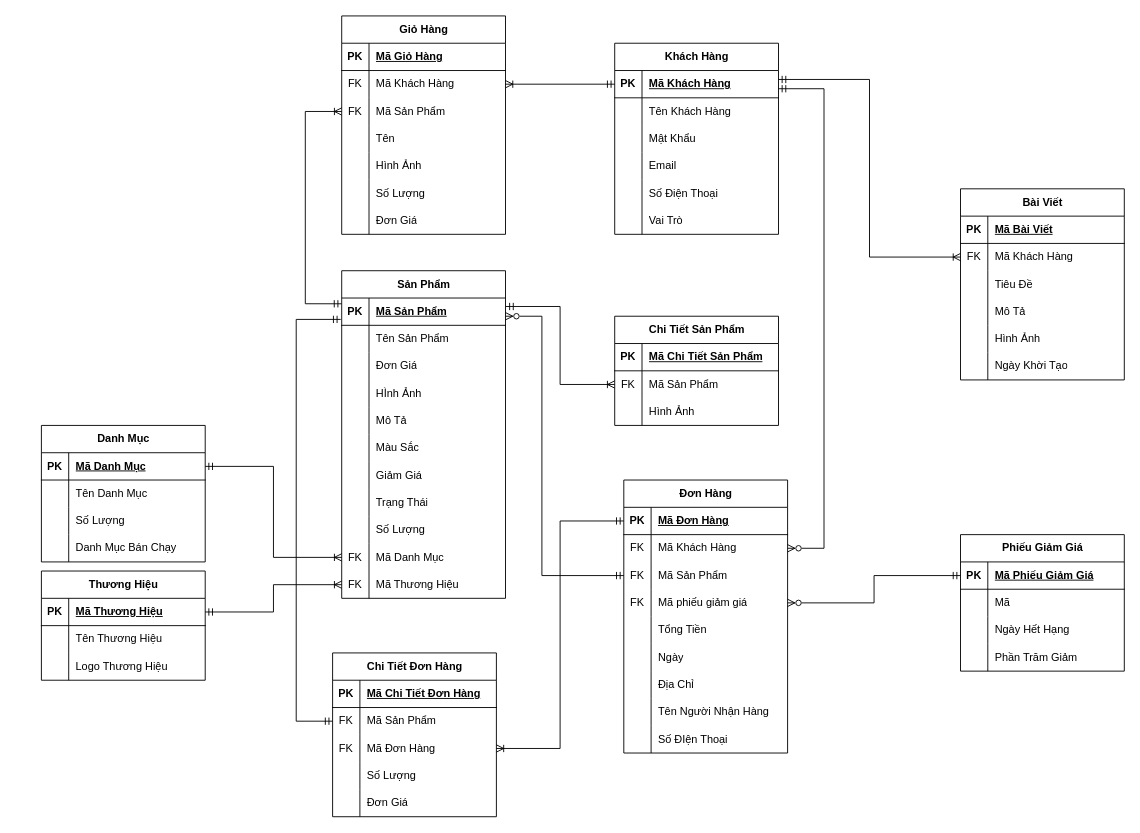
Before: VN.drawio in Blion00/Blion00, a draw.io diagram. Source tidied: cells renumbered, new cells numbered last; positions are measured from the earlier drawing's top-left corner, leaving out a move shared by most shapes. Both pictures are drawn from the tidied source at 91%, with x=0, y=0 at pixel (41, 15).
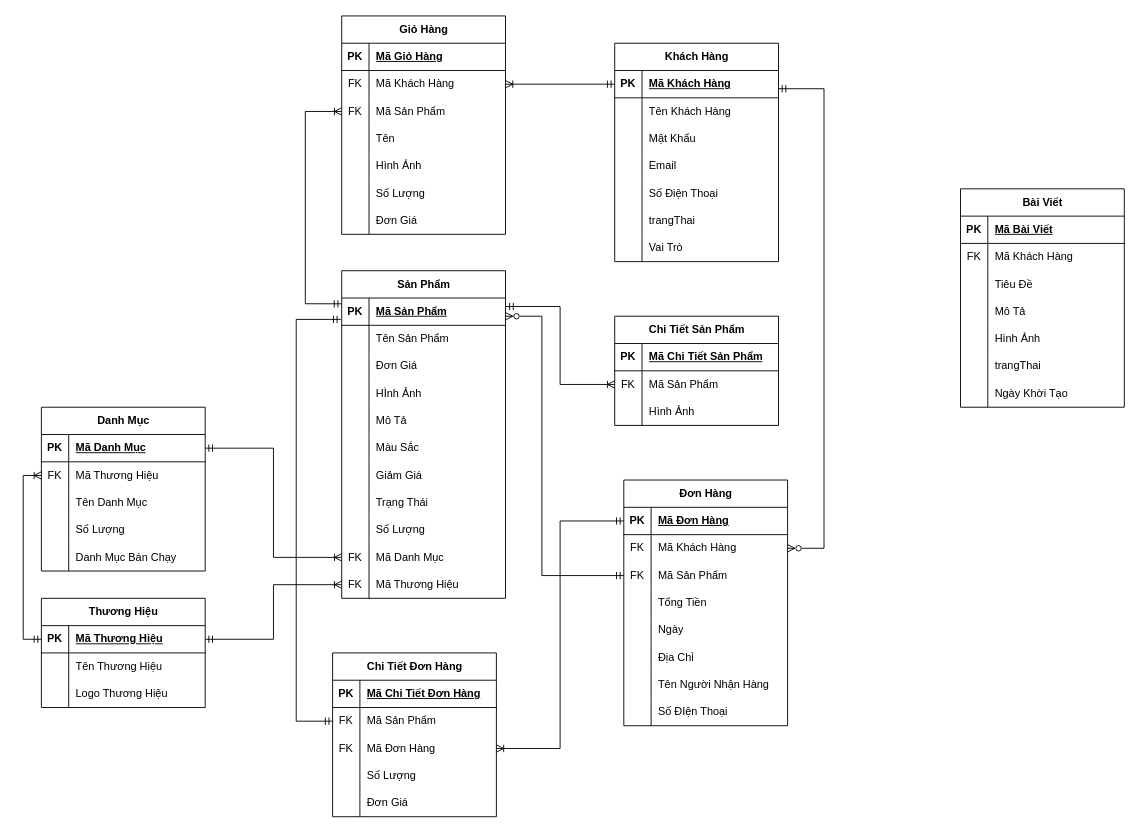
The same diagram, later.

Unchanged cells that the change refers to:
```xml
<mxCell id="66" style="shape=tableRow;horizontal=0;startSize=0;swimlaneHead=0;swimlaneBody=0;fillColor=none;points=[[0,0.5],[1,0.5]];portConstraint=eastwest;top=0;left=0;right=0;bottom=1;" parent="65" vertex="1">
  <mxGeometry y="30" width="180" height="30" as="geometry" />
</mxCell>
<mxCell id="157" style="shape=tableRow;horizontal=0;startSize=0;swimlaneHead=0;swimlaneBody=0;fillColor=none;points=[[0,0.5],[1,0.5]];portConstraint=eastwest;top=0;left=0;right=0;bottom=0;" parent="153" vertex="1">
  <mxGeometry y="60" width="180" height="30" as="geometry" />
</mxCell>
<mxCell id="174" style="shape=tableRow;horizontal=0;startSize=0;swimlaneHead=0;swimlaneBody=0;fillColor=none;points=[[0,0.5],[1,0.5]];portConstraint=eastwest;top=0;left=0;right=0;bottom=1;" parent="173" vertex="1">
  <mxGeometry y="30" width="180" height="30" as="geometry" />
</mxCell>
```

The edit, as a diff of the source:
```diff
@@
     <mxCell id="36" value="Danh Mục" style="shape=table;startSize=30;childLayout=tableLayout;rowLines=0;fontStyle=1;align=center;html=1;" parent="1" vertex="1">
-      <mxGeometry y="450" width="180" height="150" as="geometry" />
+      <mxGeometry y="430" width="180" height="180" as="geometry" />
     </mxCell>
@@
+    <mxCell id="88" style="shape=tableRow;horizontal=0;startSize=0;swimlaneHead=0;swimlaneBody=0;fillColor=none;points=[[0,0.5],[1,0.5]];portConstraint=eastwest;top=0;left=0;right=0;bottom=0;" parent="36" vertex="1">
+      <mxGeometry y="60" width="180" height="30" as="geometry" />
+    </mxCell>
+    <mxCell id="130" value="FK" style="shape=partialRectangle;fillColor=none;top=0;left=0;bottom=0;right=0;overflow=hidden;whiteSpace=wrap;html=1;" parent="88" vertex="1">
+      <mxGeometry width="30" height="30" as="geometry" />
+    </mxCell>
+    <mxCell id="197" value="Mã Thương Hiệu" style="shape=partialRectangle;fillColor=none;top=0;left=0;bottom=0;right=0;align=left;spacingLeft=6;overflow=hidden;whiteSpace=wrap;html=1;" parent="88" vertex="1">
+      <mxGeometry x="30" width="150" height="30" as="geometry" />
+    </mxCell>
     <mxCell id="40" style="shape=tableRow;horizontal=0;startSize=0;swimlaneHead=0;swimlaneBody=0;fillColor=none;top=0;left=0;right=0;bottom=0;" parent="36" vertex="1">
-      <mxGeometry y="60" width="180" height="30" as="geometry" />
+      <mxGeometry y="90" width="180" height="30" as="geometry" />
     </mxCell>
@@
     <mxCell id="43" style="shape=tableRow;horizontal=0;startSize=0;swimlaneHead=0;swimlaneBody=0;fillColor=none;top=0;left=0;right=0;bottom=0;" parent="36" vertex="1">
-      <mxGeometry y="90" width="180" height="30" as="geometry" />
+      <mxGeometry y="120" width="180" height="30" as="geometry" />
     </mxCell>
@@
     <mxCell id="46" style="shape=tableRow;horizontal=0;startSize=0;swimlaneHead=0;swimlaneBody=0;fillColor=none;top=0;left=0;right=0;bottom=0;" parent="36" vertex="1">
-      <mxGeometry y="120" width="180" height="30" as="geometry" />
+      <mxGeometry y="150" width="180" height="30" as="geometry" />
     </mxCell>
@@
     <mxCell id="65" value="Khách Hàng" style="shape=table;startSize=30;childLayout=tableLayout;rowLines=0;fontStyle=1;align=center;html=1;" parent="1" vertex="1">
-      <mxGeometry x="630" y="30" width="180" height="210" as="geometry" />
+      <mxGeometry x="630" y="30" width="180" height="240" as="geometry" />
     </mxCell>
@@
+    <mxCell id="198" style="shape=tableRow;horizontal=0;startSize=0;swimlaneHead=0;swimlaneBody=0;fillColor=none;top=0;left=0;right=0;bottom=0;" parent="65" vertex="1">
+      <mxGeometry y="180" width="180" height="30" as="geometry" />
+    </mxCell>
+    <mxCell id="199" style="shape=partialRectangle;fillColor=none;top=0;left=0;bottom=0;right=0;overflow=hidden;whiteSpace=wrap;html=1;" parent="198" vertex="1">
+      <mxGeometry width="30" height="30" as="geometry" />
+    </mxCell>
+    <mxCell id="200" value="trangThai" style="shape=partialRectangle;fillColor=none;top=0;left=0;bottom=0;right=0;align=left;spacingLeft=6;overflow=hidden;whiteSpace=wrap;html=1;" parent="198" vertex="1">
+      <mxGeometry x="30" width="150" height="30" as="geometry" />
+    </mxCell>
     <mxCell id="81" style="shape=tableRow;horizontal=0;startSize=0;swimlaneHead=0;swimlaneBody=0;fillColor=none;top=0;left=0;right=0;bottom=0;" parent="65" vertex="1">
-      <mxGeometry y="180" width="180" height="30" as="geometry" />
+      <mxGeometry y="210" width="180" height="30" as="geometry" />
     </mxCell>
@@
-    <mxCell id="84" value="Phiếu Giảm Giá" style="shape=table;startSize=30;childLayout=tableLayout;rowLines=0;fontStyle=1;align=center;html=1;" parent="1" vertex="1">
-      <mxGeometry x="1010" y="570" width="180" height="150" as="geometry" />
-    </mxCell>
-    <mxCell id="85" style="shape=tableRow;horizontal=0;startSize=0;swimlaneHead=0;swimlaneBody=0;fillColor=none;points=[[0,0.5],[1,0.5]];portConstraint=eastwest;top=0;left=0;right=0;bottom=1;" parent="84" vertex="1">
-      <mxGeometry y="30" width="180" height="30" as="geometry" />
-    </mxCell>
-    <mxCell id="86" value="PK" style="shape=partialRectangle;fillColor=none;top=0;left=0;bottom=0;right=0;fontStyle=1;overflow=hidden;whiteSpace=wrap;html=1;" parent="85" vertex="1">
-      <mxGeometry width="30" height="30" as="geometry" />
-    </mxCell>
-    <mxCell id="87" value="Mã Phiếu Giảm Giá" style="shape=partialRectangle;fillColor=none;top=0;left=0;bottom=0;right=0;align=left;spacingLeft=6;fontStyle=5;overflow=hidden;whiteSpace=wrap;html=1;" parent="85" vertex="1">
-      <mxGeometry x="30" width="150" height="30" as="geometry" />
-    </mxCell>
-    <mxCell id="88" style="shape=tableRow;horizontal=0;startSize=0;swimlaneHead=0;swimlaneBody=0;fillColor=none;points=[[0,0.5],[1,0.5]];portConstraint=eastwest;top=0;left=0;right=0;bottom=0;" parent="84" vertex="1">
-      <mxGeometry y="60" width="180" height="30" as="geometry" />
-    </mxCell>
-    <mxCell id="89" style="shape=partialRectangle;fillColor=none;top=0;left=0;bottom=0;right=0;overflow=hidden;whiteSpace=wrap;html=1;" parent="88" vertex="1">
-      <mxGeometry width="30" height="30" as="geometry" />
-    </mxCell>
-    <mxCell id="90" value="Mã" style="shape=partialRectangle;fillColor=none;top=0;left=0;bottom=0;right=0;align=left;spacingLeft=6;overflow=hidden;whiteSpace=wrap;html=1;" parent="88" vertex="1">
-      <mxGeometry x="30" width="150" height="30" as="geometry" />
-    </mxCell>
-    <mxCell id="91" style="shape=tableRow;horizontal=0;startSize=0;swimlaneHead=0;swimlaneBody=0;fillColor=none;top=0;left=0;right=0;bottom=0;" parent="84" vertex="1">
-      <mxGeometry y="90" width="180" height="30" as="geometry" />
-    </mxCell>
-    <mxCell id="92" style="shape=partialRectangle;fillColor=none;top=0;left=0;bottom=0;right=0;overflow=hidden;whiteSpace=wrap;html=1;" parent="91" vertex="1">
-      <mxGeometry width="30" height="30" as="geometry" />
-    </mxCell>
-    <mxCell id="93" value="Ngày Hết Hạng" style="shape=partialRectangle;fillColor=none;top=0;left=0;bottom=0;right=0;align=left;spacingLeft=6;overflow=hidden;whiteSpace=wrap;html=1;" parent="91" vertex="1">
-      <mxGeometry x="30" width="150" height="30" as="geometry" />
-    </mxCell>
-    <mxCell id="94" style="shape=tableRow;horizontal=0;startSize=0;swimlaneHead=0;swimlaneBody=0;fillColor=none;top=0;left=0;right=0;bottom=0;" parent="84" vertex="1">
-      <mxGeometry y="120" width="180" height="30" as="geometry" />
-    </mxCell>
-    <mxCell id="95" style="shape=partialRectangle;fillColor=none;top=0;left=0;bottom=0;right=0;overflow=hidden;whiteSpace=wrap;html=1;" parent="94" vertex="1">
-      <mxGeometry width="30" height="30" as="geometry" />
-    </mxCell>
-    <mxCell id="96" value="Phần Trăm Giảm" style="shape=partialRectangle;fillColor=none;top=0;left=0;bottom=0;right=0;align=left;spacingLeft=6;overflow=hidden;whiteSpace=wrap;html=1;" parent="94" vertex="1">
-      <mxGeometry x="30" width="150" height="30" as="geometry" />
-    </mxCell>
@@
     <mxCell id="119" value="Đơn Hàng" style="shape=table;startSize=30;childLayout=tableLayout;rowLines=0;fontStyle=1;align=center;html=1;" parent="1" vertex="1">
-      <mxGeometry x="640" y="510" width="180" height="300" as="geometry" />
+      <mxGeometry x="640" y="510" width="180" height="270" as="geometry" />
     </mxCell>
@@
-    <mxCell id="129" style="shape=tableRow;horizontal=0;startSize=0;swimlaneHead=0;swimlaneBody=0;fillColor=none;points=[[0,0.5],[1,0.5]];portConstraint=eastwest;top=0;left=0;right=0;bottom=0;" parent="119" vertex="1">
-      <mxGeometry y="120" width="180" height="30" as="geometry" />
-    </mxCell>
-    <mxCell id="130" value="FK" style="shape=partialRectangle;fillColor=none;top=0;left=0;bottom=0;right=0;overflow=hidden;whiteSpace=wrap;html=1;" parent="129" vertex="1">
-      <mxGeometry width="30" height="30" as="geometry" />
-    </mxCell>
-    <mxCell id="131" value="Mã phiếu giảm giá" style="shape=partialRectangle;fillColor=none;top=0;left=0;bottom=0;right=0;align=left;spacingLeft=6;overflow=hidden;whiteSpace=wrap;html=1;" parent="129" vertex="1">
-      <mxGeometry x="30" width="150" height="30" as="geometry" />
-    </mxCell>
     <mxCell id="132" style="shape=tableRow;horizontal=0;startSize=0;swimlaneHead=0;swimlaneBody=0;fillColor=none;top=0;left=0;right=0;bottom=0;" parent="119" vertex="1">
-      <mxGeometry y="150" width="180" height="30" as="geometry" />
+      <mxGeometry y="120" width="180" height="30" as="geometry" />
     </mxCell>
@@
     <mxCell id="135" style="shape=tableRow;horizontal=0;startSize=0;swimlaneHead=0;swimlaneBody=0;fillColor=none;top=0;left=0;right=0;bottom=0;" parent="119" vertex="1">
-      <mxGeometry y="180" width="180" height="30" as="geometry" />
+      <mxGeometry y="150" width="180" height="30" as="geometry" />
     </mxCell>
@@
     <mxCell id="138" style="shape=tableRow;horizontal=0;startSize=0;swimlaneHead=0;swimlaneBody=0;fillColor=none;top=0;left=0;right=0;bottom=0;" parent="119" vertex="1">
-      <mxGeometry y="210" width="180" height="30" as="geometry" />
+      <mxGeometry y="180" width="180" height="30" as="geometry" />
     </mxCell>
@@
     <mxCell id="141" style="shape=tableRow;horizontal=0;startSize=0;swimlaneHead=0;swimlaneBody=0;fillColor=none;top=0;left=0;right=0;bottom=0;" parent="119" vertex="1">
-      <mxGeometry y="240" width="180" height="30" as="geometry" />
+      <mxGeometry y="210" width="180" height="30" as="geometry" />
     </mxCell>
@@
     <mxCell id="144" style="shape=tableRow;horizontal=0;startSize=0;swimlaneHead=0;swimlaneBody=0;fillColor=none;top=0;left=0;right=0;bottom=0;" parent="119" vertex="1">
-      <mxGeometry y="270" width="180" height="30" as="geometry" />
+      <mxGeometry y="240" width="180" height="30" as="geometry" />
     </mxCell>
@@
-    <mxCell id="152" style="edgeStyle=orthogonalEdgeStyle;fontSize=12;html=1;endArrow=ERmandOne;startArrow=ERzeroToMany;rounded=0;endFill=0;entryX=0;entryY=0.5;entryDx=0;entryDy=0;exitX=1;exitY=0.5;exitDx=0;exitDy=0;startFill=0;" parent="1" edge="1" source="129" target="85">
-      <mxGeometry relative="1" as="geometry" />
-    </mxCell>
     <mxCell id="153" value="Bài Viết" style="shape=table;startSize=30;childLayout=tableLayout;rowLines=0;fontStyle=1;align=center;html=1;" parent="1" vertex="1">
-      <mxGeometry x="1010" y="190" width="180" height="210" as="geometry" />
+      <mxGeometry x="1010" y="190" width="180" height="240" as="geometry" />
     </mxCell>
@@
+    <mxCell id="201" style="shape=tableRow;horizontal=0;startSize=0;swimlaneHead=0;swimlaneBody=0;fillColor=none;top=0;left=0;right=0;bottom=0;" parent="153" vertex="1">
+      <mxGeometry y="180" width="180" height="30" as="geometry" />
+    </mxCell>
+    <mxCell id="202" style="shape=partialRectangle;fillColor=none;top=0;left=0;bottom=0;right=0;overflow=hidden;whiteSpace=wrap;html=1;" parent="201" vertex="1">
+      <mxGeometry width="30" height="30" as="geometry" />
+    </mxCell>
+    <mxCell id="203" value="trangThai" style="shape=partialRectangle;fillColor=none;top=0;left=0;bottom=0;right=0;align=left;spacingLeft=6;overflow=hidden;whiteSpace=wrap;html=1;" parent="201" vertex="1">
+      <mxGeometry x="30" width="150" height="30" as="geometry" />
+    </mxCell>
     <mxCell id="169" style="shape=tableRow;horizontal=0;startSize=0;swimlaneHead=0;swimlaneBody=0;fillColor=none;top=0;left=0;right=0;bottom=0;" parent="153" vertex="1">
-      <mxGeometry y="180" width="180" height="30" as="geometry" />
+      <mxGeometry y="210" width="180" height="30" as="geometry" />
     </mxCell>
@@
-    <mxCell id="172" style="edgeStyle=orthogonalEdgeStyle;fontSize=12;html=1;endArrow=ERoneToMany;startArrow=ERmandOne;rounded=0;entryX=0;entryY=0.5;entryDx=0;entryDy=0;exitX=1;exitY=0.328;exitDx=0;exitDy=0;exitPerimeter=0;" parent="1" edge="1" source="66" target="157">
-      <mxGeometry relative="1" as="geometry" />
-    </mxCell>
     <mxCell id="173" value="Thương Hiệu" style="shape=table;startSize=30;childLayout=tableLayout;rowLines=0;fontStyle=1;align=center;html=1;" parent="1" vertex="1">
-      <mxGeometry y="610" width="180" height="120" as="geometry" />
+      <mxGeometry y="640" width="180" height="120" as="geometry" />
     </mxCell>
@@
+    <mxCell id="204" style="edgeStyle=orthogonalEdgeStyle;rounded=0;jettySize=auto;html=1;exitX=0;exitY=0.5;exitDx=0;exitDy=0;entryX=0;entryY=0.5;entryDx=0;entryDy=0;startArrow=ERmandOne;startFill=0;endArrow=ERoneToMany;endFill=0;" parent="1" edge="1" source="174" target="88">
+      <mxGeometry relative="1" as="geometry" />
+    </mxCell>
```
